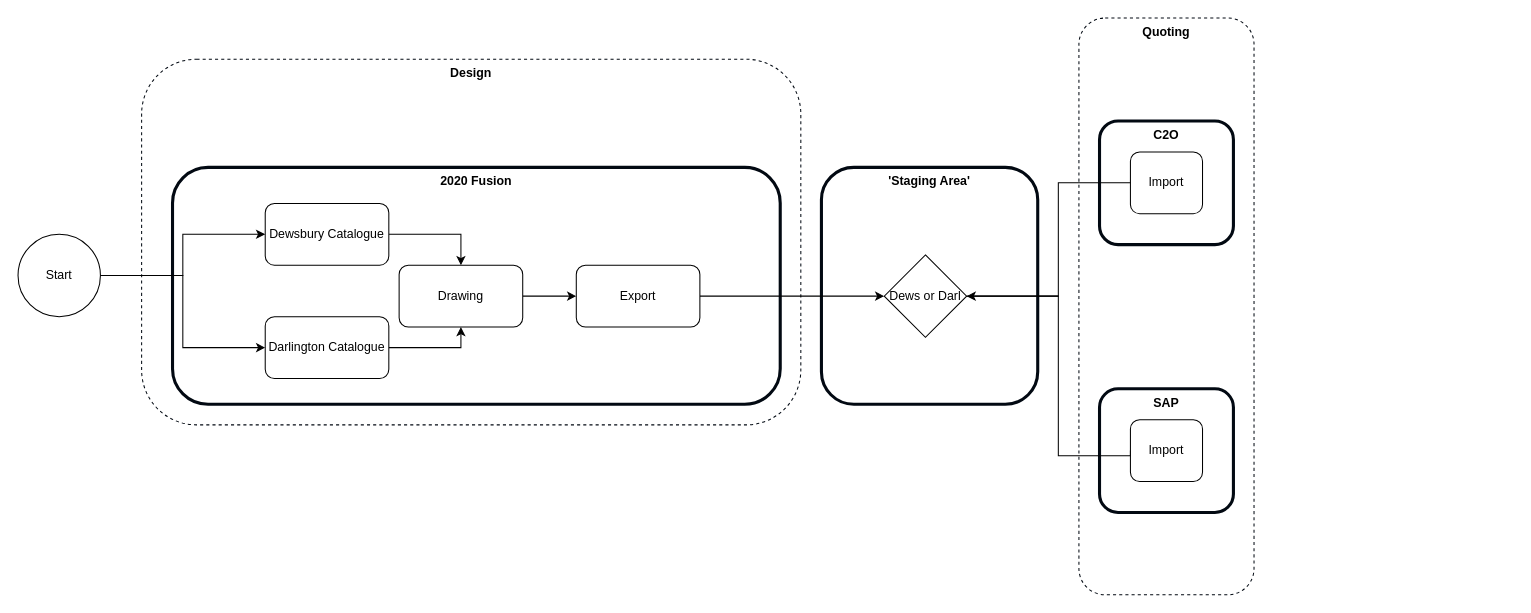
Before: page "Post Design- Multi Catalogue- Pull" (6 of 8) of Mendel.drawio in mrf742002/Diagrams, a draw.io diagram. Source tidied: cells renumbered, new cells numbered last; positions are measured from the earlier drawing's top-left corner, leaving out a move shared by most shapes. Both pictures are drawn from the tidied source at 103%, with x=0, y=0 at pixel (18, 18).
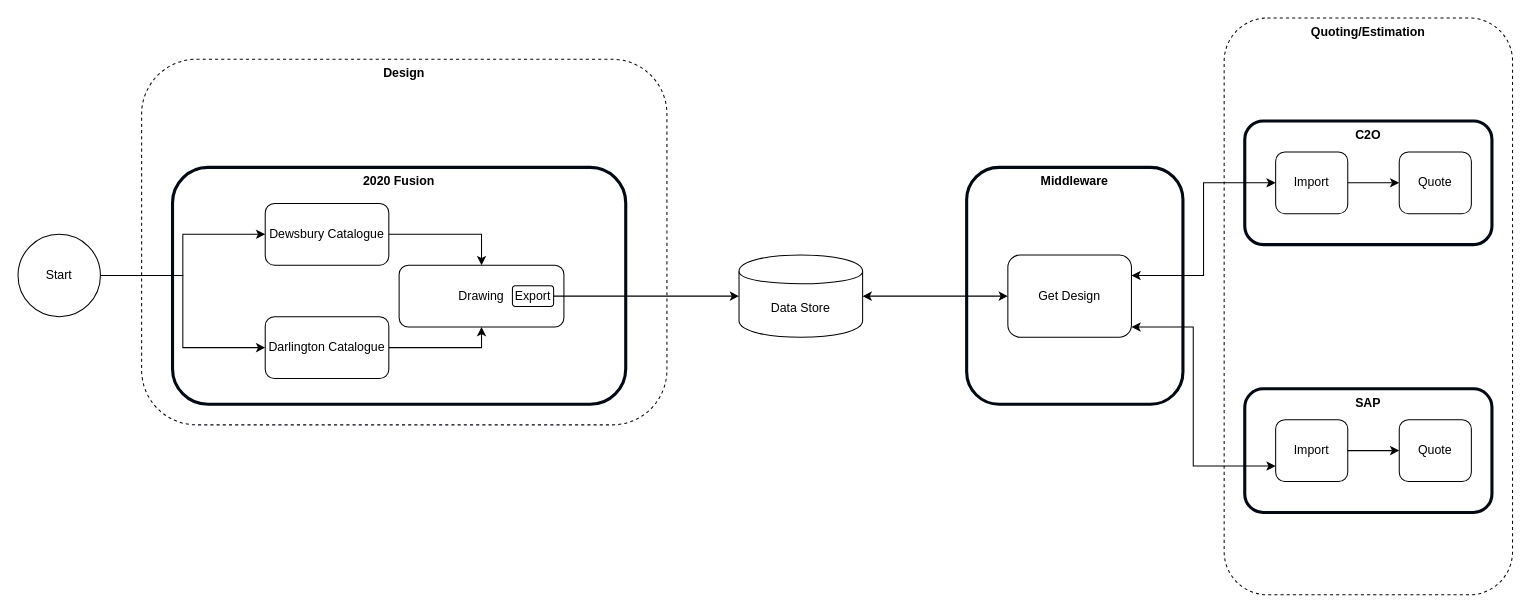
After the change.

The change refers to these unchanged cells:
```xml
<mxCell id="7" value="Dewsbury Catalogue" style="rounded=1;whiteSpace=wrap;html=1;" parent="1" vertex="1">
  <mxGeometry x="240" y="180" width="120" height="60" as="geometry" />
</mxCell>
<mxCell id="9" value="Darlington Catalogue" style="rounded=1;whiteSpace=wrap;html=1;" parent="1" vertex="1">
  <mxGeometry x="240" y="290" width="120" height="60" as="geometry" />
</mxCell>
```

Diff of the diagram source:
```diff
@@
-    <mxCell id="2" value="&lt;b&gt;Quoting&lt;/b&gt;" style="rounded=1;whiteSpace=wrap;html=1;verticalAlign=top;strokeWidth=1;strokeColor=#020912;dashed=1;" parent="1" vertex="1">
-      <mxGeometry x="1030" width="170" height="560" as="geometry" />
-    </mxCell>
-    <mxCell id="3" value="&lt;b&gt;'Staging Area'&lt;/b&gt;" style="rounded=1;whiteSpace=wrap;html=1;verticalAlign=top;strokeWidth=3;strokeColor=#020912;" parent="1" vertex="1">
-      <mxGeometry x="780" y="145" width="210" height="230" as="geometry" />
-    </mxCell>
     <mxCell id="4" value="&lt;b&gt;Design&lt;/b&gt;" style="rounded=1;whiteSpace=wrap;html=1;verticalAlign=top;strokeWidth=1;strokeColor=#020912;dashed=1;" parent="1" vertex="1">
-      <mxGeometry x="120" y="40" width="640" height="355" as="geometry" />
+      <mxGeometry x="120" y="40" width="510" height="355" as="geometry" />
     </mxCell>
     <mxCell id="5" value="&lt;b&gt;2020 Fusion&lt;/b&gt;" style="rounded=1;whiteSpace=wrap;html=1;verticalAlign=top;strokeWidth=3;strokeColor=#020912;" parent="1" vertex="1">
-      <mxGeometry x="150" y="145" width="590" height="230" as="geometry" />
+      <mxGeometry x="150" y="145" width="440" height="230" as="geometry" />
     </mxCell>
@@
-    <mxCell id="10" style="edgeStyle=orthogonalEdgeStyle;rounded=0;jettySize=auto;html=1;exitX=1;exitY=0.5;exitDx=0;exitDy=0;entryX=0;entryY=0.5;entryDx=0;entryDy=0;" parent="1" edge="1" source="11" target="13">
-      <mxGeometry relative="1" as="geometry" />
-    </mxCell>
     <mxCell id="11" value="Drawing" style="rounded=1;whiteSpace=wrap;html=1;" parent="1" vertex="1">
-      <mxGeometry x="370" y="240" width="120" height="60" as="geometry" />
+      <mxGeometry x="370" y="240" width="160" height="60" as="geometry" />
     </mxCell>
-    <mxCell id="12" style="edgeStyle=orthogonalEdgeStyle;rounded=0;jettySize=auto;html=1;exitX=1;exitY=0.5;exitDx=0;exitDy=0;entryX=0;entryY=0.5;entryDx=0;entryDy=0;" parent="1" edge="1" source="13" target="23">
-      <mxGeometry relative="1" as="geometry" />
-    </mxCell>
-    <mxCell id="13" value="Export" style="rounded=1;whiteSpace=wrap;html=1;" parent="1" vertex="1">
-      <mxGeometry x="542" y="240" width="120" height="60" as="geometry" />
-    </mxCell>
+    <mxCell id="19" style="edgeStyle=orthogonalEdgeStyle;rounded=0;jettySize=auto;html=1;exitX=1;exitY=0.5;exitDx=0;exitDy=0;entryX=0;entryY=0.5;entryDx=0;entryDy=0;" parent="1" edge="1" source="21" target="9">
+      <mxGeometry relative="1" as="geometry" />
+    </mxCell>
+    <mxCell id="20" style="edgeStyle=orthogonalEdgeStyle;rounded=0;jettySize=auto;html=1;exitX=1;exitY=0.5;exitDx=0;exitDy=0;" parent="1" edge="1" source="21" target="7">
+      <mxGeometry relative="1" as="geometry" />
+    </mxCell>
+    <mxCell id="21" value="Start" style="ellipse;whiteSpace=wrap;html=1;" parent="1" vertex="1">
+      <mxGeometry y="210" width="80" height="80" as="geometry" />
+    </mxCell>
+    <mxCell id="24" style="group;" parent="1" vertex="1">
+      <mxGeometry x="921" width="530" height="560" as="geometry" />
+    </mxCell>
+    <mxCell id="2" value="&lt;b&gt;Quoting/Estimation&lt;/b&gt;" style="rounded=1;whiteSpace=wrap;html=1;verticalAlign=top;strokeWidth=1;strokeColor=#020912;dashed=1;" parent="24" vertex="1">
+      <mxGeometry x="250" width="280" height="560" as="geometry" />
+    </mxCell>
+    <mxCell id="3" value="&lt;b&gt;Middleware&lt;/b&gt;" style="rounded=1;whiteSpace=wrap;html=1;verticalAlign=top;strokeWidth=3;strokeColor=#020912;" parent="24" vertex="1">
+      <mxGeometry y="145" width="210" height="230" as="geometry" />
+    </mxCell>
-    <mxCell id="14" value="&lt;b&gt;C2O&lt;/b&gt;" style="rounded=1;whiteSpace=wrap;html=1;verticalAlign=top;strokeWidth=3;strokeColor=#020912;" parent="1" vertex="1">
-      <mxGeometry x="1050" y="100" width="130" height="120" as="geometry" />
+    <mxCell id="14" value="&lt;b&gt;C2O&lt;/b&gt;" style="rounded=1;whiteSpace=wrap;html=1;verticalAlign=top;strokeWidth=3;strokeColor=#020912;" parent="24" vertex="1">
+      <mxGeometry x="270" y="100" width="240" height="120" as="geometry" />
     </mxCell>
-    <mxCell id="15" value="&lt;b&gt;SAP&lt;/b&gt;" style="rounded=1;whiteSpace=wrap;html=1;verticalAlign=top;strokeWidth=3;strokeColor=#020912;" parent="1" vertex="1">
-      <mxGeometry x="1050" y="360" width="130" height="120" as="geometry" />
+    <mxCell id="15" value="&lt;b&gt;SAP&lt;/b&gt;" style="rounded=1;whiteSpace=wrap;html=1;verticalAlign=top;strokeWidth=3;strokeColor=#020912;" parent="24" vertex="1">
+      <mxGeometry x="270" y="360" width="240" height="120" as="geometry" />
     </mxCell>
-    <mxCell id="16" value="Import" style="rounded=1;whiteSpace=wrap;html=1;" parent="1" vertex="1">
-      <mxGeometry x="1080" y="130" width="70" height="60" as="geometry" />
+    <mxCell id="16" value="Import" style="rounded=1;whiteSpace=wrap;html=1;" parent="24" vertex="1">
+      <mxGeometry x="300" y="130" width="70" height="60" as="geometry" />
     </mxCell>
-    <mxCell id="17" style="edgeStyle=orthogonalEdgeStyle;rounded=0;jettySize=auto;html=1;exitX=1;exitY=0.5;exitDx=0;exitDy=0;entryX=0;entryY=0.5;entryDx=0;entryDy=0;endArrow=none;endFill=0;" parent="1" edge="1" source="23" target="18">
-      <mxGeometry relative="1" as="geometry">
-        <Array as="points">
-          <mxPoint x="1010" y="270" />
-          <mxPoint x="1010" y="425" />
-        </Array>
-      </mxGeometry>
-    </mxCell>
+    <mxCell id="25" style="edgeStyle=orthogonalEdgeStyle;rounded=0;jettySize=auto;html=1;exitX=0;exitY=0.75;exitDx=0;exitDy=0;startArrow=classic;startFill=1;" parent="24" edge="1" source="18">
+      <mxGeometry relative="1" as="geometry">
+        <mxPoint x="160" y="300" as="targetPoint" />
+        <Array as="points">
+          <mxPoint x="220" y="435" />
+          <mxPoint x="220" y="300" />
+        </Array>
+      </mxGeometry>
+    </mxCell>
-    <mxCell id="18" value="Import" style="rounded=1;whiteSpace=wrap;html=1;" parent="1" vertex="1">
-      <mxGeometry x="1080" y="390" width="70" height="60" as="geometry" />
+    <mxCell id="18" value="Import" style="rounded=1;whiteSpace=wrap;html=1;" parent="24" vertex="1">
+      <mxGeometry x="300" y="390" width="70" height="60" as="geometry" />
     </mxCell>
-    <mxCell id="19" style="edgeStyle=orthogonalEdgeStyle;rounded=0;jettySize=auto;html=1;exitX=1;exitY=0.5;exitDx=0;exitDy=0;entryX=0;entryY=0.5;entryDx=0;entryDy=0;" parent="1" edge="1" source="21" target="9">
-      <mxGeometry relative="1" as="geometry" />
-    </mxCell>
-    <mxCell id="20" style="edgeStyle=orthogonalEdgeStyle;rounded=0;jettySize=auto;html=1;exitX=1;exitY=0.5;exitDx=0;exitDy=0;" parent="1" edge="1" source="21" target="7">
-      <mxGeometry relative="1" as="geometry" />
-    </mxCell>
-    <mxCell id="21" value="Start" style="ellipse;whiteSpace=wrap;html=1;" parent="1" vertex="1">
-      <mxGeometry y="210" width="80" height="80" as="geometry" />
-    </mxCell>
-    <mxCell id="22" style="edgeStyle=orthogonalEdgeStyle;rounded=0;jettySize=auto;html=1;exitX=1;exitY=0.5;exitDx=0;exitDy=0;entryX=0;entryY=0.5;entryDx=0;entryDy=0;startArrow=classic;startFill=1;endArrow=none;endFill=0;" parent="1" edge="1" source="23" target="16">
-      <mxGeometry relative="1" as="geometry">
-        <Array as="points">
-          <mxPoint x="1010" y="270" />
-          <mxPoint x="1010" y="160" />
-        </Array>
-      </mxGeometry>
-    </mxCell>
-    <mxCell id="23" value="Dews or Darl" style="rhombus;whiteSpace=wrap;html=1;" parent="1" vertex="1">
-      <mxGeometry x="841" y="230" width="80" height="80" as="geometry" />
-    </mxCell>
+    <mxCell id="26" value="Get Design" style="rounded=1;whiteSpace=wrap;html=1;" parent="24" vertex="1">
+      <mxGeometry x="40" y="230" width="120" height="80" as="geometry" />
+    </mxCell>
+    <mxCell id="27" style="edgeStyle=orthogonalEdgeStyle;rounded=0;jettySize=auto;html=1;exitX=0;exitY=0.5;exitDx=0;exitDy=0;entryX=1;entryY=0.25;entryDx=0;entryDy=0;startArrow=classic;startFill=1;" parent="24" edge="1" source="16" target="26">
+      <mxGeometry relative="1" as="geometry" />
+    </mxCell>
+    <mxCell id="28" value="Quote" style="rounded=1;whiteSpace=wrap;html=1;" parent="24" vertex="1">
+      <mxGeometry x="420" y="130" width="70" height="60" as="geometry" />
+    </mxCell>
+    <mxCell id="29" style="edgeStyle=orthogonalEdgeStyle;rounded=0;jettySize=auto;html=1;exitX=1;exitY=0.5;exitDx=0;exitDy=0;" parent="24" edge="1" source="16" target="28">
+      <mxGeometry relative="1" as="geometry" />
+    </mxCell>
+    <mxCell id="30" value="Quote" style="rounded=1;whiteSpace=wrap;html=1;" parent="24" vertex="1">
+      <mxGeometry x="420" y="390" width="70" height="60" as="geometry" />
+    </mxCell>
+    <mxCell id="31" style="edgeStyle=orthogonalEdgeStyle;rounded=0;jettySize=auto;html=1;exitX=1;exitY=0.5;exitDx=0;exitDy=0;" parent="24" edge="1" source="18" target="30">
+      <mxGeometry relative="1" as="geometry" />
+    </mxCell>
+    <mxCell id="13" value="Export" style="rounded=1;whiteSpace=wrap;html=1;" parent="1" vertex="1">
+      <mxGeometry x="480" y="260" width="40" height="20" as="geometry" />
+    </mxCell>
+    <mxCell id="32" style="edgeStyle=orthogonalEdgeStyle;rounded=0;jettySize=auto;html=1;exitX=0;exitY=0.5;exitDx=0;exitDy=0;startArrow=classic;startFill=1;entryX=1;entryY=0.5;entryDx=0;entryDy=0;endArrow=none;endFill=0;" parent="1" edge="1" source="33" target="13">
+      <mxGeometry relative="1" as="geometry" />
+    </mxCell>
+    <mxCell id="33" value="Data Store" style="shape=cylinder;whiteSpace=wrap;html=1;boundedLbl=1;backgroundOutline=1;" parent="1" vertex="1">
+      <mxGeometry x="700" y="230" width="120" height="80" as="geometry" />
+    </mxCell>
+    <mxCell id="34" style="edgeStyle=orthogonalEdgeStyle;rounded=0;jettySize=auto;html=1;exitX=0;exitY=0.5;exitDx=0;exitDy=0;startArrow=classic;startFill=1;" parent="1" edge="1" source="26" target="33">
+      <mxGeometry relative="1" as="geometry" />
+    </mxCell>
```
